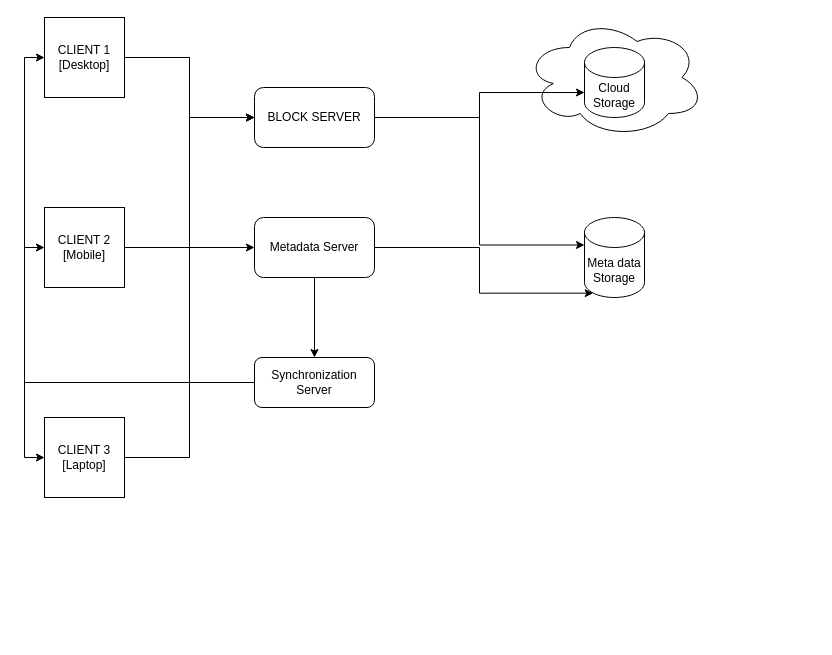
Above: SystemDesign/DropBox.drawio in vikass101786/Learning (draw.io), before the change. Source tidied: cells renumbered, new cells numbered last; positions are measured from the earlier drawing's top-left corner, leaving out a move shared by most shapes. Both pictures are drawn from the tidied source at 100%, with x=0, y=0 at pixel (44, 17).
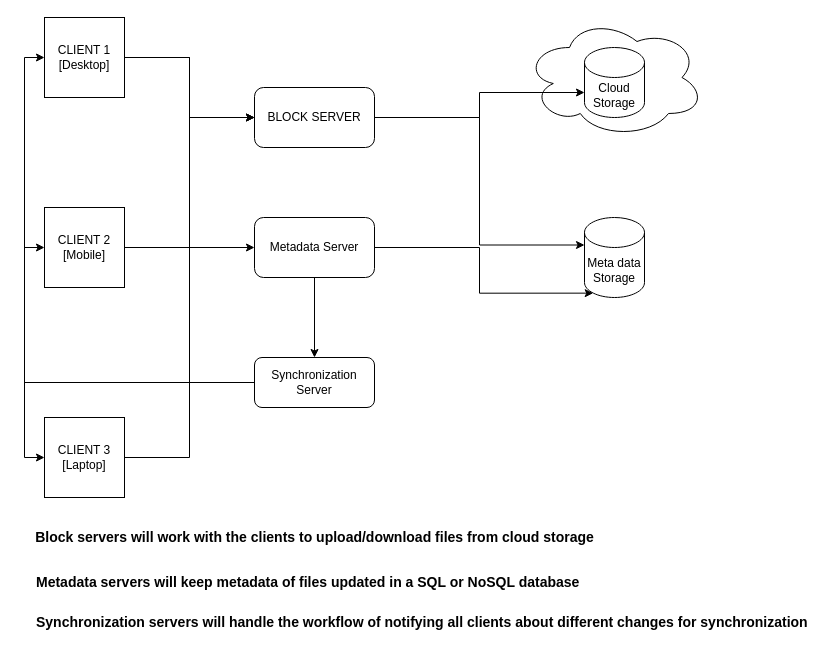
The same page after the edit.

What changed in the source:
```diff
@@
+    <mxCell id="22" value="&lt;b&gt;&lt;font style=&quot;font-size: 14px&quot;&gt;Block servers will work with the clients to upload/download files from cloud storage&lt;/font&gt;&lt;/b&gt;" style="text;html=1;align=center;verticalAlign=middle;" parent="1" vertex="1">
+      <mxGeometry x="-15" y="510" width="570" height="20" as="geometry" />
+    </mxCell>
+    <mxCell id="23" value="&lt;div&gt;&lt;b&gt;&lt;font style=&quot;font-size: 14px&quot;&gt;Metadata&amp;nbsp;&lt;span&gt;servers will keep metadata of files updated in a SQL or NoSQL database&lt;/span&gt;&lt;/font&gt;&lt;/b&gt;&lt;/div&gt;" style="text;whiteSpace=wrap;html=1;" parent="1" vertex="1">
+      <mxGeometry x="-10" y="550" width="560" height="30" as="geometry" />
+    </mxCell>
+    <mxCell id="24" value="&lt;div&gt;&lt;b&gt;&lt;font style=&quot;font-size: 14px&quot;&gt;Synchronization servers will handle the workflow of notifying&amp;nbsp;&lt;span&gt;all clients about different changes for synchronization&lt;/span&gt;&lt;/font&gt;&lt;/b&gt;&lt;/div&gt;" style="text;whiteSpace=wrap;html=1;" parent="1" vertex="1">
+      <mxGeometry x="-10" y="590" width="780" height="30" as="geometry" />
+    </mxCell>
```
